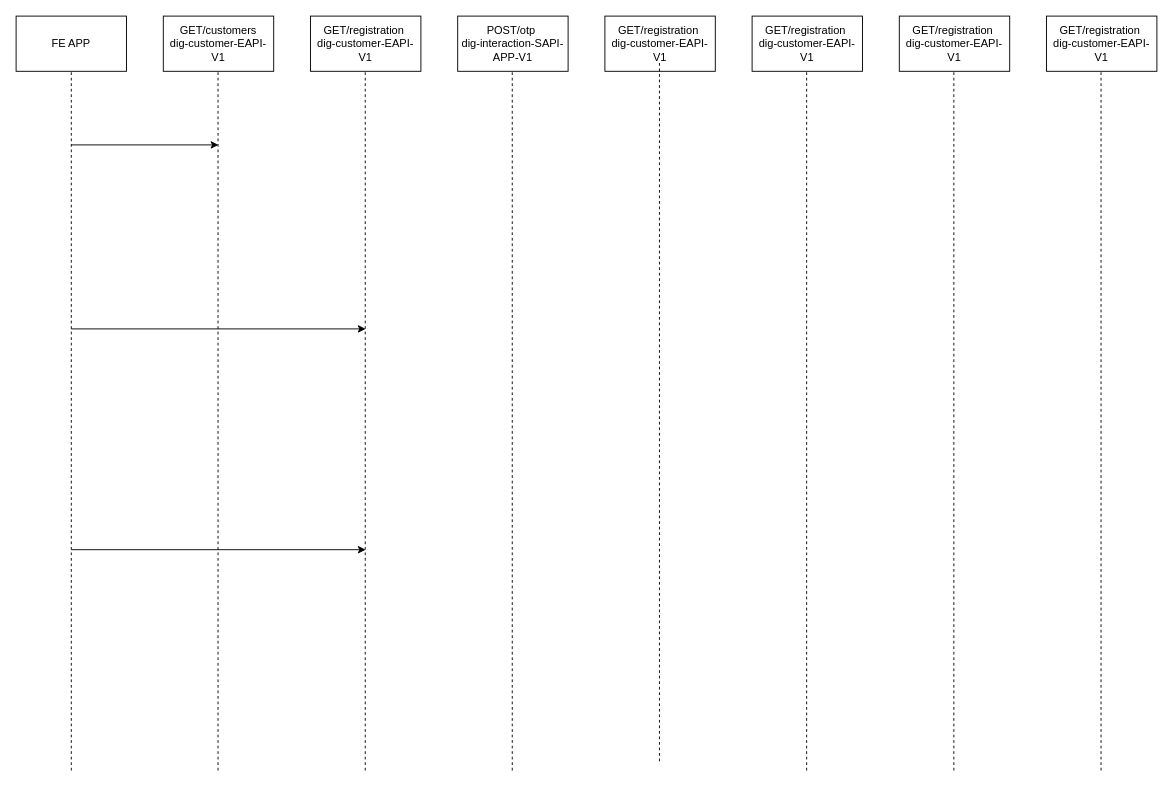
The draw.io diagram customerOnboarding.drawio in busugu2018/muleCustomerOnboarding, before the edit. Source tidied: cells renumbered, new cells numbered last; positions are measured from the earlier drawing's top-left corner, leaving out a move shared by most shapes. Both pictures are drawn from the tidied source at 92%, with x=0, y=0 at pixel (16, 16).
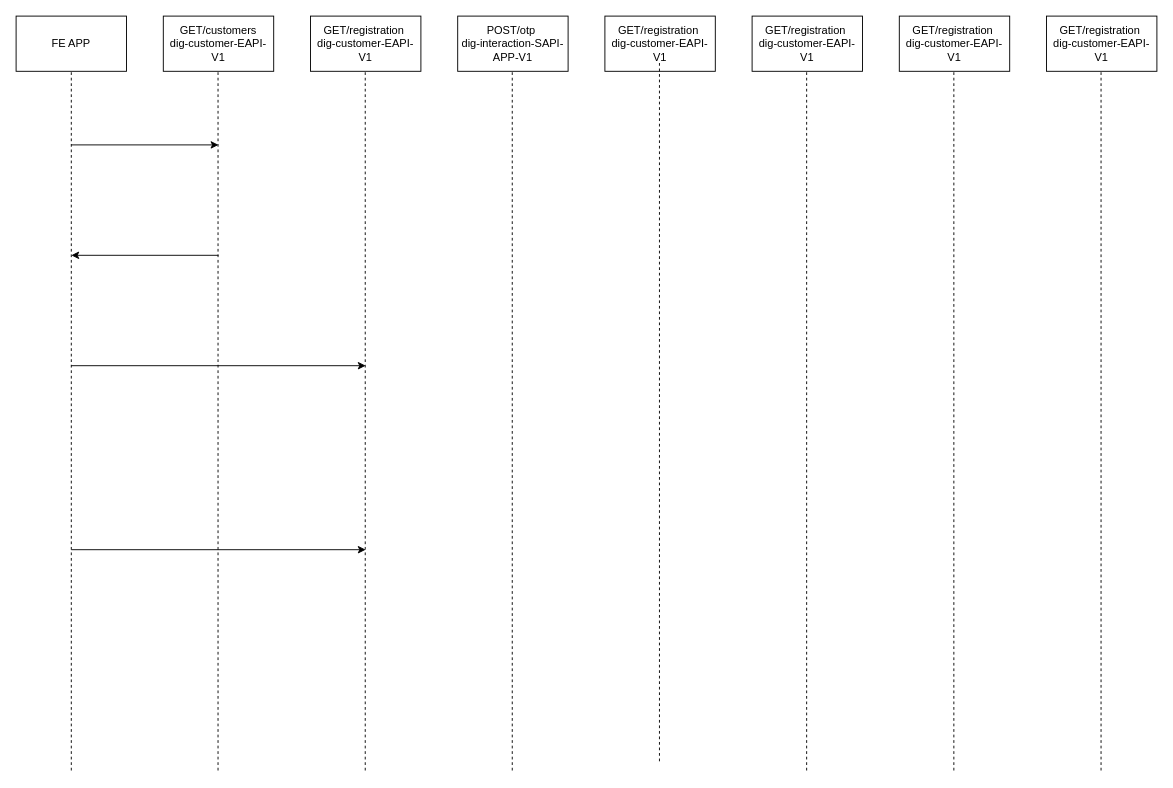
The same page after the edit.

The edit, as a diff of the source:
```diff
@@
     <mxCell id="9" style="endArrow=classic;html=1;rounded=0;" parent="1" edge="1">
       <mxGeometry relative="1" as="geometry">
-        <mxPoint x="60" y="340" as="sourcePoint" />
-        <mxPoint x="380" y="340" as="targetPoint" />
+        <mxPoint x="60" y="380" as="sourcePoint" />
+        <mxPoint x="380" y="380" as="targetPoint" />
       </mxGeometry>
     </mxCell>
@@
+    <mxCell id="21" style="endArrow=classic;html=1;rounded=0;" parent="1" edge="1">
+      <mxGeometry relative="1" as="geometry">
+        <mxPoint x="220" y="260" as="sourcePoint" />
+        <mxPoint x="60" y="260" as="targetPoint" />
+      </mxGeometry>
+    </mxCell>
```
